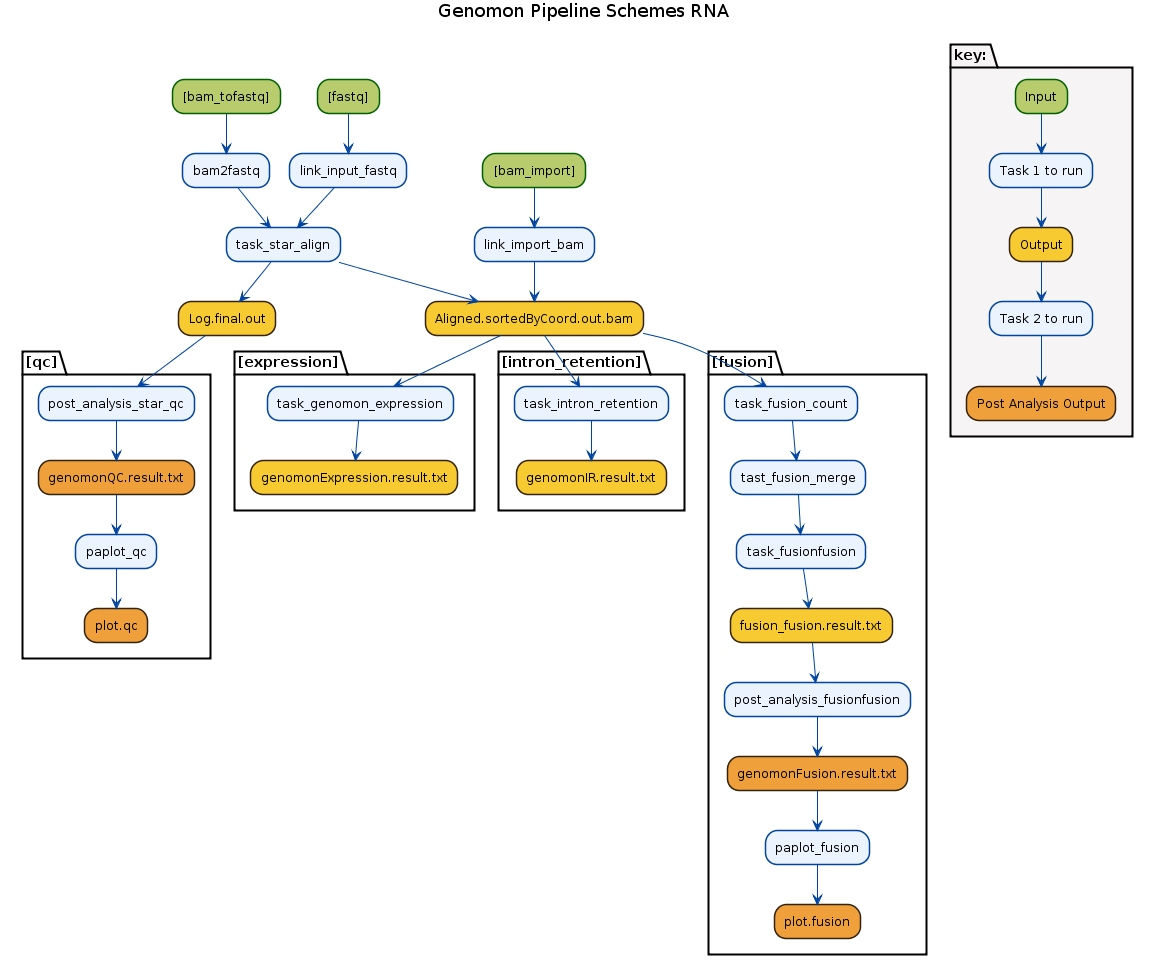
Earlier version of the PlantUML export image/rna_workflow.png (Genomon-Project/genomon-docs).
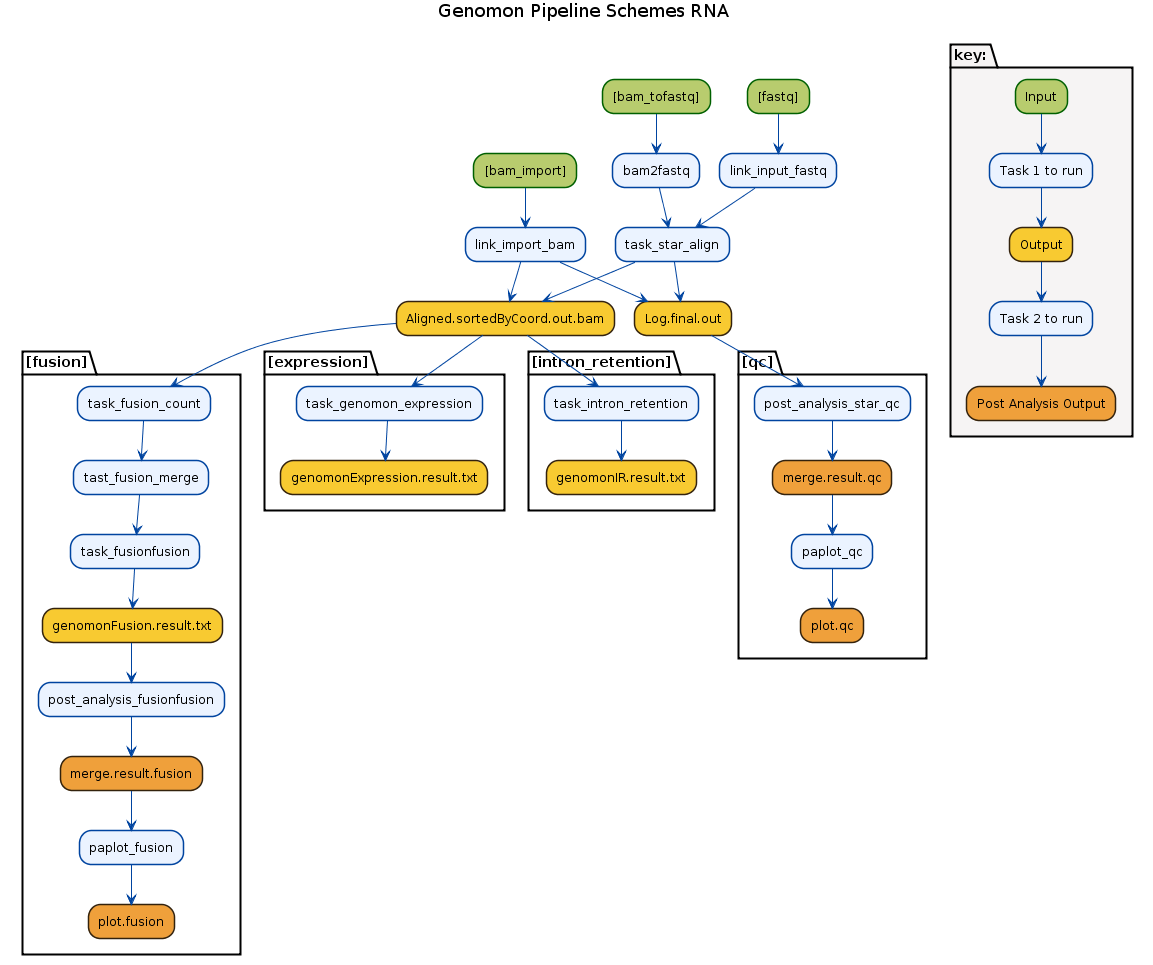
The same file after the commit.

Diff of the diagram source:
```diff
@@ -26,14 +26,15 @@
 task_star_align --> "Aligned.sortedByCoord.out.bam"<<output>>
 task_star_align --> "Log.final.out"<<output>>
 link_import_bam --> "Aligned.sortedByCoord.out.bam"<<output>>
+link_import_bam --> "Log.final.out"<<output>>
 
 partition "[fusion]" {
   "Aligned.sortedByCoord.out.bam" --> task_fusion_count
   --> tast_fusion_merge
   --> task_fusionfusion
-  --> "fusion_fusion.result.txt"<<output>>
+  --> "genomonFusion.result.txt"<<output>>
   --> post_analysis_fusionfusion
-  --> "genomonFusion.result.txt"<<result>>
+  --> "merge.result.fusion"<<result>>
   --> paplot_fusion
   --> "plot.fusion"<<result>>
 }
@@ -50,7 +51,7 @@
 
 partition "[qc]" {
   "Log.final.out" --> post_analysis_star_qc
-  --> "genomonQC.result.txt"<<result>>
+  --> "merge.result.qc"<<result>>
   --> paplot_qc
   --> "plot.qc"<<result>>
 }
```
